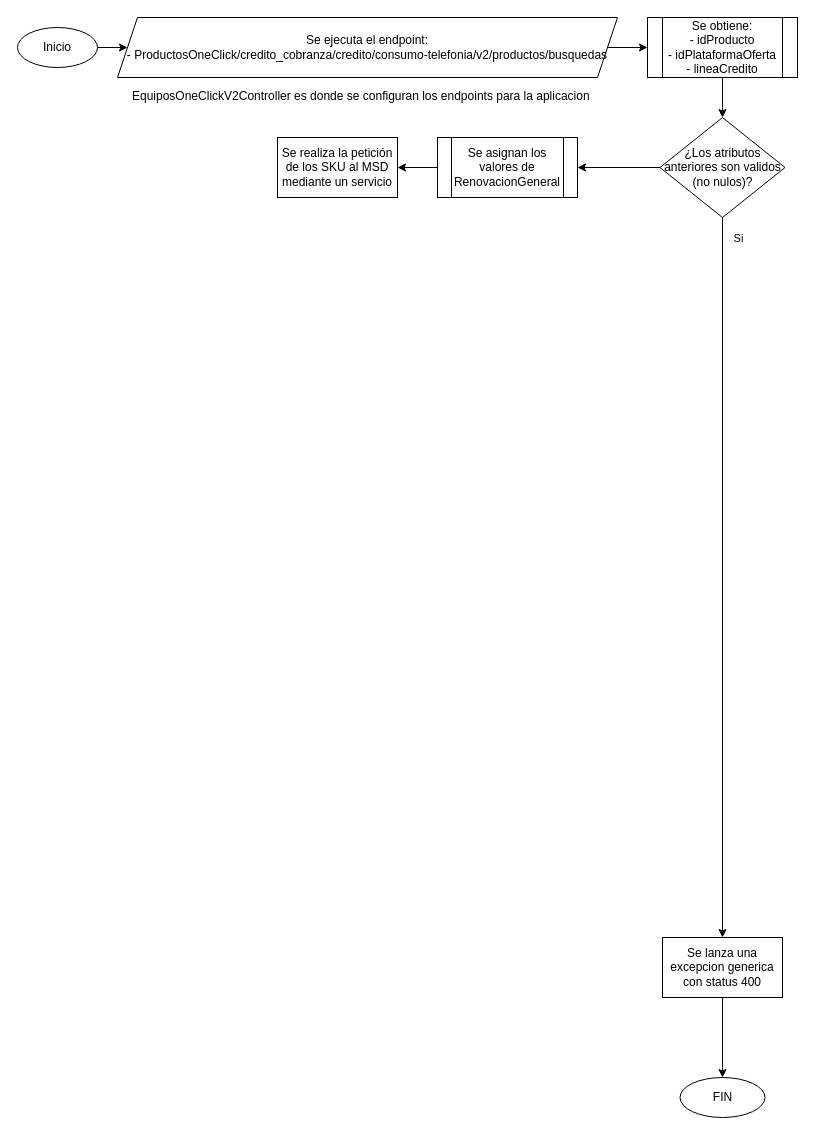
Earlier version of the draw.io diagram Untitled Diagram.drawio (Retsamyo/hello-world). Source tidied: cells renumbered, new cells numbered last; positions are measured from the earlier drawing's top-left corner, leaving out a move shared by most shapes. Both pictures are drawn from the tidied source at 100%, with x=0, y=0 at pixel (17, 17).
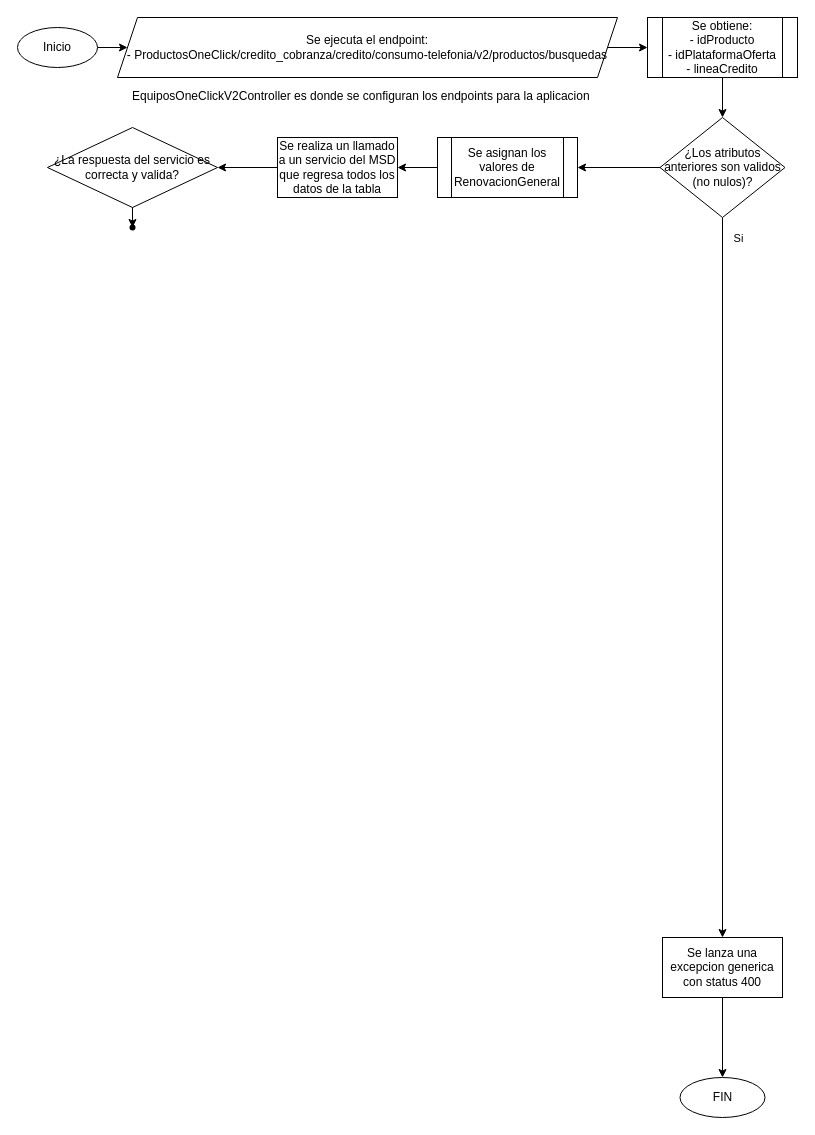
Above is the later version.

What changed in the source:
```diff
@@
+    <mxCell id="19" style="edgeStyle=orthogonalEdgeStyle;rounded=0;jettySize=auto;html=1;" parent="1" edge="1" source="18" target="21">
+      <mxGeometry relative="1" as="geometry" />
+    </mxCell>
-    <mxCell id="18" value="Se realiza la petición de los SKU al MSD mediante un servicio" style="whiteSpace=wrap;html=1;" parent="1" vertex="1">
+    <mxCell id="18" value="Se realiza un llamado a un servicio del MSD que regresa todos los datos de la tabla" style="whiteSpace=wrap;html=1;" parent="1" vertex="1">
       <mxGeometry x="260" y="120" width="120" height="60" as="geometry" />
     </mxCell>
+    <mxCell id="20" style="edgeStyle=orthogonalEdgeStyle;rounded=0;jettySize=auto;html=1;" parent="1" edge="1" source="21" target="22">
+      <mxGeometry relative="1" as="geometry" />
+    </mxCell>
+    <mxCell id="21" value="¿La respuesta del servicio es correcta y valida?" style="rhombus;whiteSpace=wrap;html=1;" parent="1" vertex="1">
+      <mxGeometry x="30" y="110" width="170" height="80" as="geometry" />
+    </mxCell>
+    <mxCell id="22" style="shape=waypoint;size=6;points=[];fillColor=#ffffff;perimeter=centerPerimeter;snapToPoint=1;" parent="1" vertex="1">
+      <mxGeometry x="95" y="190" width="40" height="40" as="geometry" />
+    </mxCell>
```
